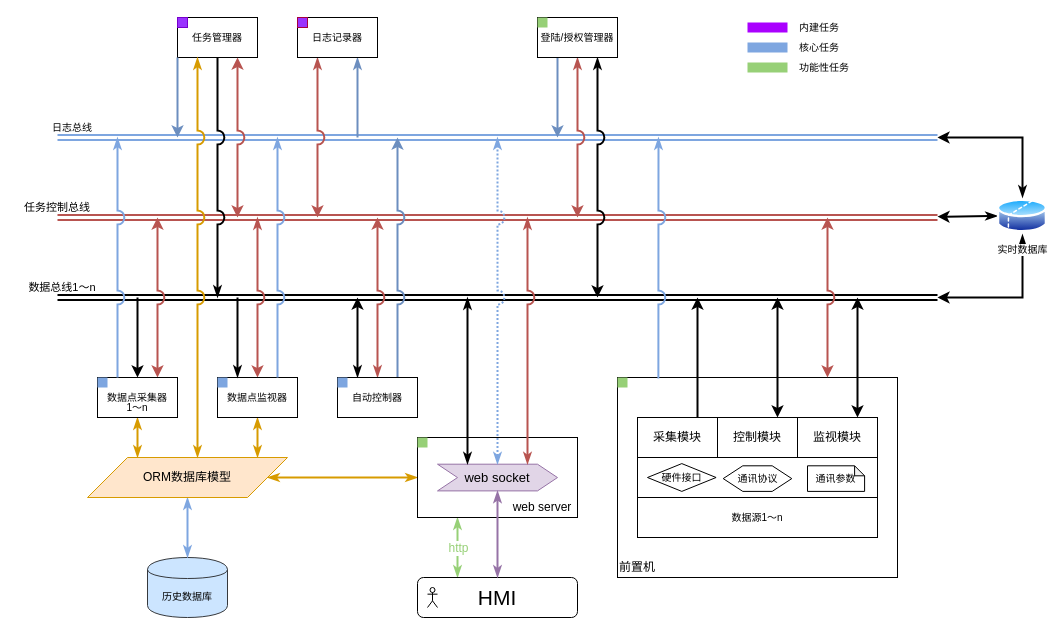
bedreamer/draw.io keeps this draw.io diagram as 未命名绘图.drawio. Above is the earlier version. Source tidied: cells renumbered, new cells numbered last; positions are measured from the earlier drawing's top-left corner, leaving out a move shared by most shapes. Both pictures are drawn from the tidied source at 100%, with x=0, y=0 at pixel (17, 17).
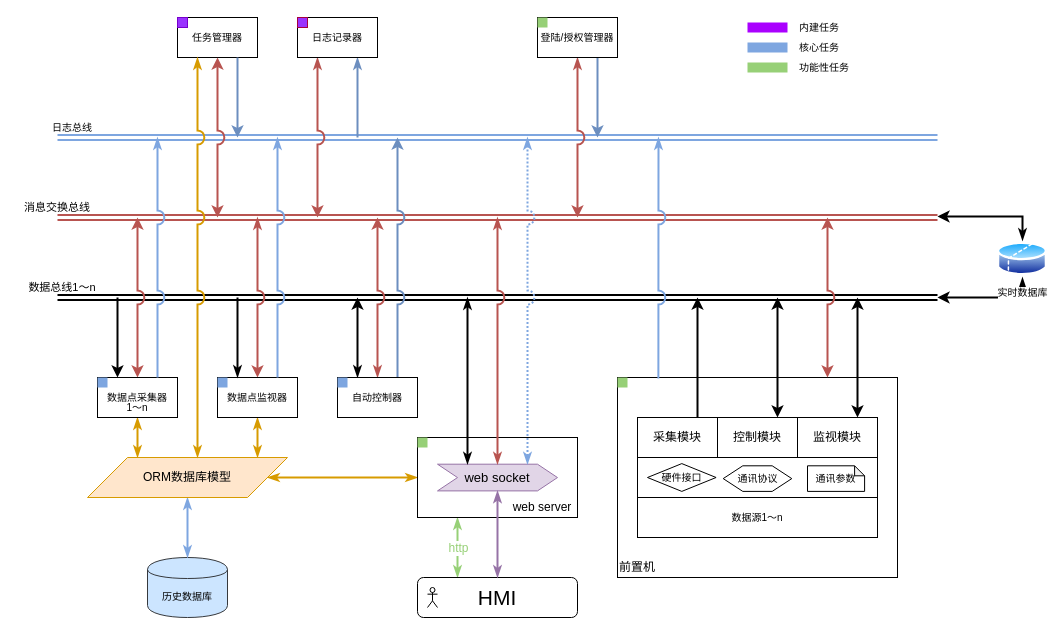
After the change.

Commit message:
更新未命名绘图.drawio

The change refers to these unchanged cells:
```xml
<mxCell id="27" value="任务管理器" style="rounded=0;whiteSpace=wrap;html=1;strokeColor=#000000;fillColor=#ffffff;fontSize=10;" parent="26" vertex="1">
  <mxGeometry width="80" height="40" as="geometry" />
</mxCell>
<mxCell id="30" value="&lt;p style=&quot;line-height: 0%&quot;&gt;&lt;br&gt;&lt;/p&gt;&lt;p style=&quot;line-height: 100%&quot;&gt;数据点采集器&lt;br style=&quot;font-size: 10px&quot;&gt;1～n&lt;/p&gt;" style="rounded=0;whiteSpace=wrap;html=1;strokeColor=#000000;fillColor=#ffffff;fontSize=10;spacing=2;" parent="29" vertex="1">
  <mxGeometry width="80" height="40" as="geometry" />
</mxCell>
<mxCell id="38" value="web&amp;nbsp;socket" style="shape=step;perimeter=stepPerimeter;whiteSpace=wrap;html=1;fixedSize=1;strokeColor=#9673a6;fillColor=#e1d5e7;fontSize=13;" parent="36" vertex="1">
  <mxGeometry x="20" y="26.7" width="120" height="26.7" as="geometry" />
</mxCell>
<mxCell id="79" value="登陆/授权管理器" style="rounded=0;whiteSpace=wrap;html=1;fontSize=10;" parent="1" vertex="1">
  <mxGeometry x="520" width="80" height="40" as="geometry" />
</mxCell>
```

Change to the diagram source:
```diff
@@
-    <mxCell id="5" value="任务控制总线" style="text;html=1;strokeColor=none;fillColor=none;align=center;verticalAlign=middle;whiteSpace=wrap;rounded=0;fontSize=11;" parent="1" vertex="1">
+    <mxCell id="5" value="消息交换总线" style="text;html=1;strokeColor=none;fillColor=none;align=center;verticalAlign=middle;whiteSpace=wrap;rounded=0;fontSize=11;" parent="1" vertex="1">
       <mxGeometry y="180" width="80" height="20" as="geometry" />
     </mxCell>
@@
-    <mxCell id="11" style="endArrow=classic;html=1;strokeColor=#000000;fontSize=13;entryX=0.5;entryY=0;entryDx=0;entryDy=0;strokeWidth=2;" parent="1" edge="1" target="30">
+    <mxCell id="11" style="endArrow=classic;html=1;strokeColor=#000000;fontSize=13;entryX=0.25;entryY=0;entryDx=0;entryDy=0;strokeWidth=2;" parent="1" edge="1" target="30">
       <mxGeometry relative="1" as="geometry">
-        <mxPoint x="120" y="280" as="sourcePoint" />
+        <mxPoint x="100" y="280" as="sourcePoint" />
       </mxGeometry>
     </mxCell>
@@
-    <mxCell id="23" style="endArrow=classic;startArrow=classic;html=1;strokeColor=#b85450;fontSize=12;exitX=0.75;exitY=0;exitDx=0;exitDy=0;fillColor=#f8cecc;jumpStyle=arc;jumpSize=12;strokeWidth=2;" parent="1" edge="1" source="30">
+    <mxCell id="23" style="endArrow=classic;startArrow=classic;html=1;strokeColor=#b85450;fontSize=12;exitX=0.5;exitY=0;exitDx=0;exitDy=0;fillColor=#f8cecc;jumpStyle=arc;jumpSize=12;strokeWidth=2;" parent="1" edge="1" source="30">
       <mxGeometry relative="1" as="geometry">
-        <mxPoint x="140" y="200" as="targetPoint" />
+        <mxPoint x="120" y="200" as="targetPoint" />
       </mxGeometry>
     </mxCell>
@@
-    <mxCell id="41" style="edgeStyle=orthogonalEdgeStyle;rounded=0;jumpStyle=arc;jumpSize=12;jettySize=auto;html=1;startArrow=classicThin;startFill=1;endArrow=classicThin;endFill=1;strokeColor=#7EA6E0;strokeWidth=2;fontSize=10;fontColor=#000000;exitX=0.5;exitY=0;exitDx=0;exitDy=0;dashed=1;dashPattern=1 1;" parent="1" edge="1" source="38">
+    <mxCell id="41" style="edgeStyle=orthogonalEdgeStyle;rounded=0;jumpStyle=arc;jumpSize=12;jettySize=auto;html=1;startArrow=classicThin;startFill=1;endArrow=classicThin;endFill=1;strokeColor=#7EA6E0;strokeWidth=2;fontSize=10;fontColor=#000000;dashed=1;dashPattern=1 1;exitX=0.75;exitY=0;exitDx=0;exitDy=0;" parent="1" edge="1" source="38">
       <mxGeometry relative="1" as="geometry">
-        <mxPoint x="480" y="120" as="targetPoint" />
+        <mxPoint x="510" y="120" as="targetPoint" />
       </mxGeometry>
     </mxCell>
-    <mxCell id="42" style="edgeStyle=orthogonalEdgeStyle;rounded=0;jumpStyle=arc;jumpSize=12;jettySize=auto;html=1;exitX=0.25;exitY=0;exitDx=0;exitDy=0;startArrow=none;startFill=0;endArrow=classicThin;endFill=1;strokeColor=#7EA6E0;strokeWidth=2;fontSize=10;fontColor=#000000;" parent="1" edge="1" source="30">
+    <mxCell id="42" style="edgeStyle=orthogonalEdgeStyle;rounded=0;jumpStyle=arc;jumpSize=12;jettySize=auto;html=1;startArrow=none;startFill=0;endArrow=classicThin;endFill=1;strokeColor=#7EA6E0;strokeWidth=2;fontSize=10;fontColor=#000000;exitX=0.75;exitY=0;exitDx=0;exitDy=0;" parent="1" edge="1" source="30">
       <mxGeometry relative="1" as="geometry">
-        <mxPoint x="100" y="120" as="targetPoint" />
+        <mxPoint x="140" y="120" as="targetPoint" />
       </mxGeometry>
     </mxCell>
@@
-    <mxCell id="48" style="edgeStyle=orthogonalEdgeStyle;rounded=0;jettySize=auto;html=1;startArrow=classicThin;startFill=1;endArrow=classicThin;endFill=1;strokeColor=#b85450;fontSize=13;fillColor=#f8cecc;jumpStyle=arc;exitX=0.75;exitY=0;exitDx=0;exitDy=0;jumpSize=12;strokeWidth=2;" parent="1" edge="1" source="38">
+    <mxCell id="48" style="edgeStyle=orthogonalEdgeStyle;rounded=0;jettySize=auto;html=1;startArrow=classicThin;startFill=1;endArrow=classicThin;endFill=1;strokeColor=#b85450;fontSize=13;fillColor=#f8cecc;jumpStyle=arc;exitX=0.5;exitY=0;exitDx=0;exitDy=0;jumpSize=12;strokeWidth=2;" parent="1" edge="1" source="38">
       <mxGeometry relative="1" as="geometry">
-        <mxPoint x="510" y="200" as="targetPoint" />
+        <mxPoint x="480" y="200" as="targetPoint" />
       </mxGeometry>
     </mxCell>
@@
-    <mxCell id="62" style="edgeStyle=orthogonalEdgeStyle;rounded=0;jumpStyle=arc;jumpSize=12;jettySize=auto;html=1;exitX=0.5;exitY=1;exitDx=0;exitDy=0;startArrow=none;startFill=0;startSize=6;endArrow=classicThin;endFill=1;endSize=6;strokeColor=#000000;strokeWidth=2;fontSize=13;fontColor=#000000;" parent="1" edge="1" source="27">
-      <mxGeometry relative="1" as="geometry">
-        <mxPoint x="200" y="280" as="targetPoint" />
-      </mxGeometry>
-    </mxCell>
@@
-    <mxCell id="64" style="endArrow=classic;startArrow=classic;html=1;strokeColor=#b85450;fontSize=12;entryX=0.75;entryY=1;entryDx=0;entryDy=0;fillColor=#f8cecc;strokeWidth=2;jumpStyle=arc;jumpSize=12;" parent="1" edge="1" target="27">
+    <mxCell id="64" style="endArrow=classic;startArrow=classic;html=1;strokeColor=#b85450;fontSize=12;entryX=0.5;entryY=1;entryDx=0;entryDy=0;fillColor=#f8cecc;strokeWidth=2;jumpStyle=arc;jumpSize=12;" parent="1" edge="1" target="27">
       <mxGeometry relative="1" as="geometry">
-        <mxPoint x="220" y="200" as="sourcePoint" />
+        <mxPoint x="200" y="200" as="sourcePoint" />
       </mxGeometry>
     </mxCell>
@@
-    <mxCell id="71" style="edgeStyle=orthogonalEdgeStyle;rounded=0;jumpStyle=arc;jumpSize=12;jettySize=auto;html=1;exitX=0;exitY=1;exitDx=0;exitDy=0;fillColor=#dae8fc;strokeColor=#6c8ebf;strokeWidth=2;" parent="1" edge="1" source="27">
+    <mxCell id="71" style="edgeStyle=orthogonalEdgeStyle;rounded=0;jumpStyle=arc;jumpSize=12;jettySize=auto;html=1;exitX=0.75;exitY=1;exitDx=0;exitDy=0;fillColor=#dae8fc;strokeColor=#6c8ebf;strokeWidth=2;" parent="1" edge="1" source="27">
       <mxGeometry relative="1" as="geometry">
-        <mxPoint x="160" y="120" as="targetPoint" />
+        <mxPoint x="220" y="120" as="targetPoint" />
       </mxGeometry>
     </mxCell>
@@
-    <mxCell id="76" style="edgeStyle=orthogonalEdgeStyle;rounded=0;jumpStyle=arc;jumpSize=12;jettySize=auto;html=1;exitX=0.25;exitY=1;exitDx=0;exitDy=0;startArrow=none;startFill=0;strokeWidth=2;fillColor=#dae8fc;strokeColor=#6c8ebf;" parent="1" edge="1" source="79">
+    <mxCell id="76" style="edgeStyle=orthogonalEdgeStyle;rounded=0;jumpStyle=arc;jumpSize=12;jettySize=auto;html=1;exitX=0.75;exitY=1;exitDx=0;exitDy=0;startArrow=none;startFill=0;strokeWidth=2;fillColor=#dae8fc;strokeColor=#6c8ebf;" parent="1" edge="1" source="79">
       <mxGeometry relative="1" as="geometry">
-        <mxPoint x="540" y="120" as="targetPoint" />
+        <mxPoint x="580" y="120" as="targetPoint" />
       </mxGeometry>
     </mxCell>
-    <mxCell id="77" style="edgeStyle=orthogonalEdgeStyle;rounded=0;jumpStyle=arc;jumpSize=12;jettySize=auto;html=1;exitX=0.75;exitY=1;exitDx=0;exitDy=0;startArrow=classicThin;startFill=1;strokeWidth=2;" parent="1" edge="1" source="79">
-      <mxGeometry relative="1" as="geometry">
-        <mxPoint x="580" y="280" as="targetPoint" />
-      </mxGeometry>
-    </mxCell>
@@
-    <mxCell id="81" style="edgeStyle=orthogonalEdgeStyle;rounded=0;jumpStyle=arc;jumpSize=12;jettySize=auto;html=1;exitX=0.5;exitY=0;exitDx=0;exitDy=0;startArrow=classicThin;startFill=1;strokeWidth=2;fontSize=10;" parent="1" edge="1" source="84">
-      <mxGeometry relative="1" as="geometry">
-        <mxPoint x="920" y="120" as="targetPoint" />
-        <Array as="points">
-          <mxPoint x="1005" y="120" />
-        </Array>
-      </mxGeometry>
-    </mxCell>
@@
-    <mxCell id="83" style="edgeStyle=orthogonalEdgeStyle;rounded=0;jumpStyle=arc;jumpSize=12;jettySize=auto;html=1;exitX=0;exitY=0.5;exitDx=0;exitDy=0;startArrow=classicThin;startFill=1;strokeWidth=2;fontSize=10;" parent="1" edge="1" source="84">
+    <mxCell id="83" style="edgeStyle=orthogonalEdgeStyle;rounded=0;jumpStyle=arc;jumpSize=12;jettySize=auto;html=1;exitX=0.5;exitY=0;exitDx=0;exitDy=0;startArrow=classicThin;startFill=1;strokeWidth=2;fontSize=10;" parent="1" edge="1" source="84">
       <mxGeometry relative="1" as="geometry">
         <mxPoint x="920" y="199" as="targetPoint" />
+        <Array as="points">
+          <mxPoint x="1005" y="199" />
+        </Array>
       </mxGeometry>
     </mxCell>
     <mxCell id="84" value="实时数据库" style="perimeter=ellipsePerimeter;html=1;align=center;shadow=0;dashed=0;spacingTop=3;image;image=img/lib/active_directory/database_partition_2.svg;strokeColor=#000000;fontSize=10;" parent="1" vertex="1">
-      <mxGeometry x="980" y="180" width="50" height="37" as="geometry" />
+      <mxGeometry x="980" y="223" width="50" height="37" as="geometry" />
     </mxCell>
```
